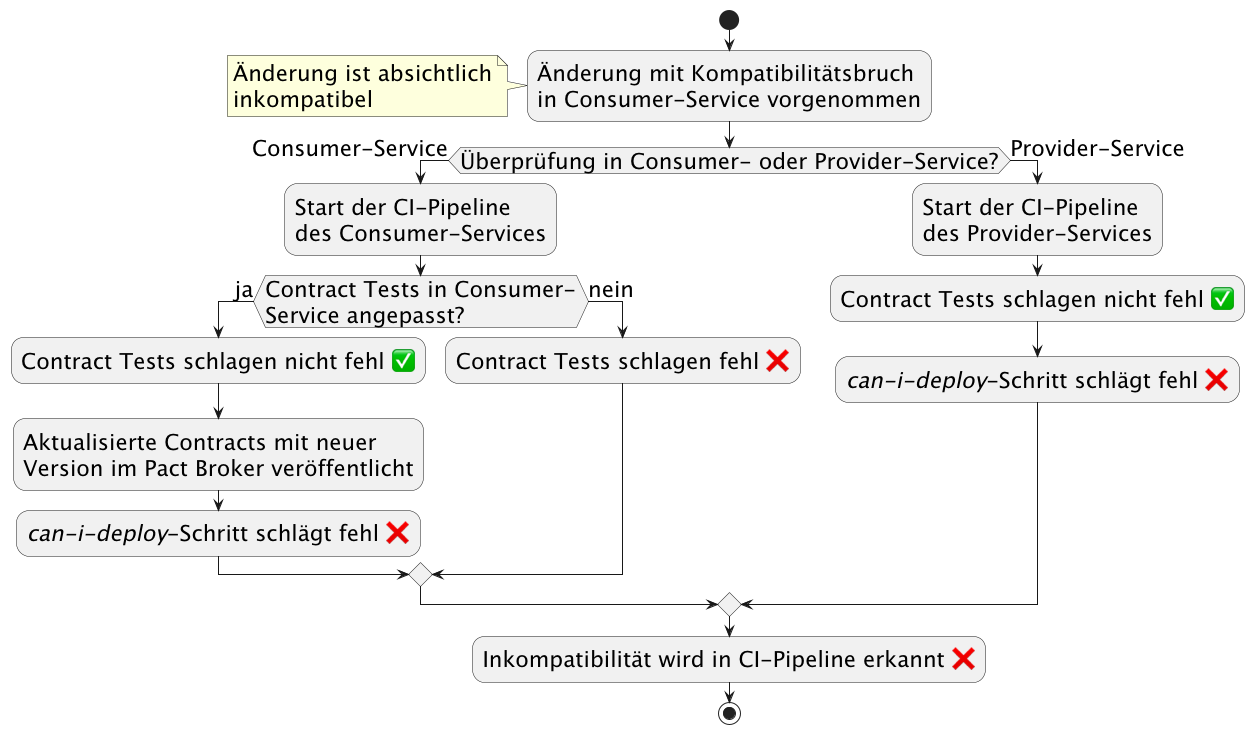
Earlier version of the PlantUML export figures/error_injection_flow.png (jonaslang1/thn-thesis).
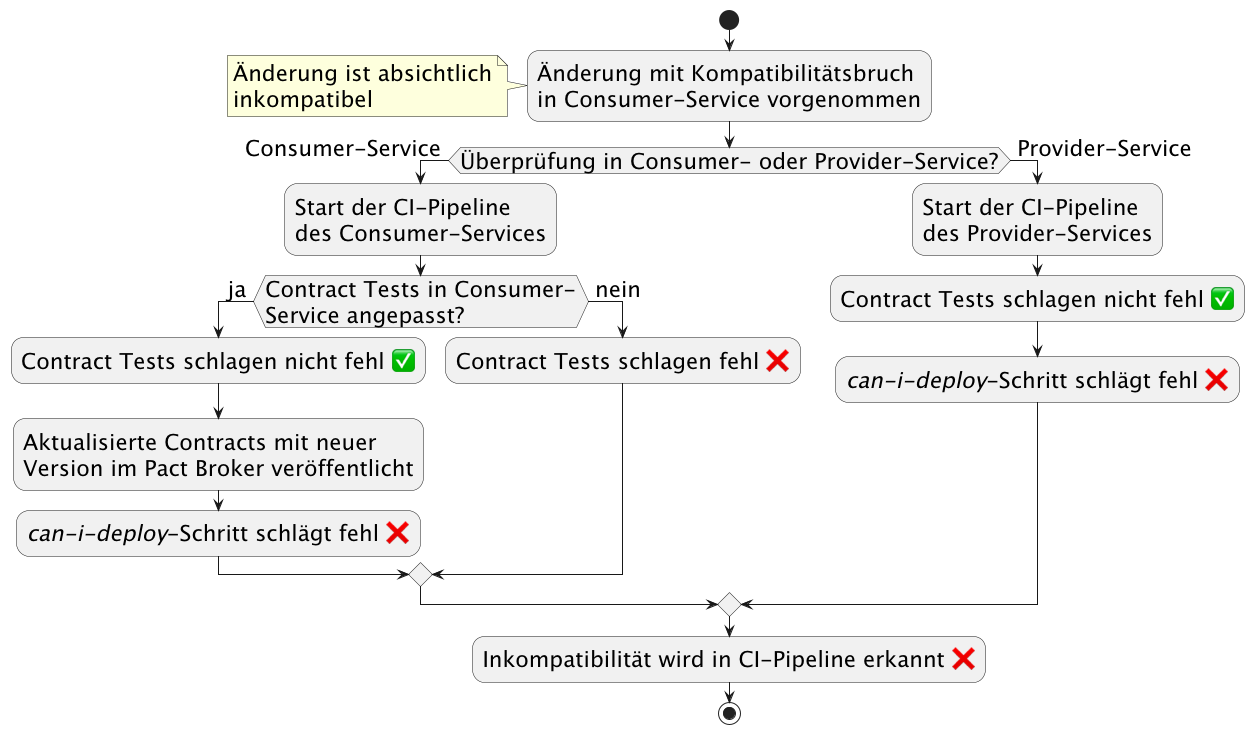
The same file after the commit.

What changed in the source:
```diff
@@ -1,28 +1,25 @@
 @startuml
 skinparam defaultFontSize 22
-
 start
-
 :Änderung mit Kompatibilitätsbruch \nin Consumer-Service vorgenommen;
 note left
 Änderung ist absichtlich
 inkompatibel
 end note
-if (Überprüfung in Consumer- oder Provider-Service?) then (Consumer-Service)
+if (Überprüfung in Consumer- oder Provider-Service?) then (Consumer-Service )
   :Start der CI-Pipeline\ndes Consumer-Services;
-  if (Contract Tests in Consumer-\nService angepasst?) then (ja)
+  if (Contract Tests in Consumer-\nService angepasst?) then (ja )
     :Contract Tests schlagen nicht fehl ✅;
     :Aktualisierte Contracts mit neuer \nVersion im Pact Broker veröffentlicht;
     :<i>can-i-deploy</i>-Schritt schlägt fehl ❌;
-  else (nein)
+  else ( nein)
     :Contract Tests schlagen fehl ❌;
   endif
-else (Provider-Service)
+else ( Provider-Service)
   :Start der CI-Pipeline\ndes Provider-Services;
   :Contract Tests schlagen nicht fehl ✅;
   :<i>can-i-deploy</i>-Schritt schlägt fehl ❌;
 endif
 :Inkompatibilität wird in CI-Pipeline erkannt ❌;
-
 stop
 @enduml
```
